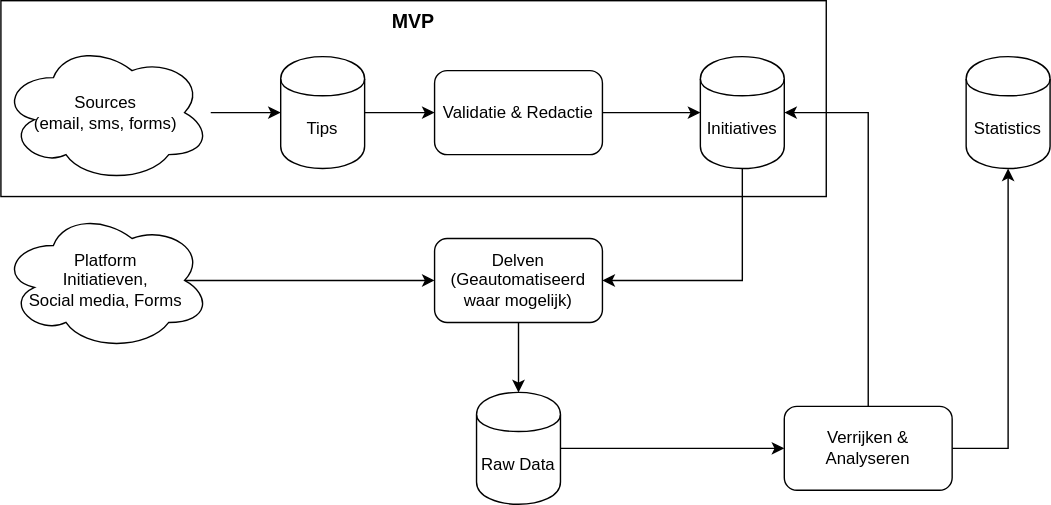
Before: docs/datasource_process_flow.svg, a diagram exported from draw.io (codefornl/helpradar). Source tidied: cells renumbered, new cells last; positions are measured from the earlier drawing's top-left corner, leaving out a move shared by most shapes.
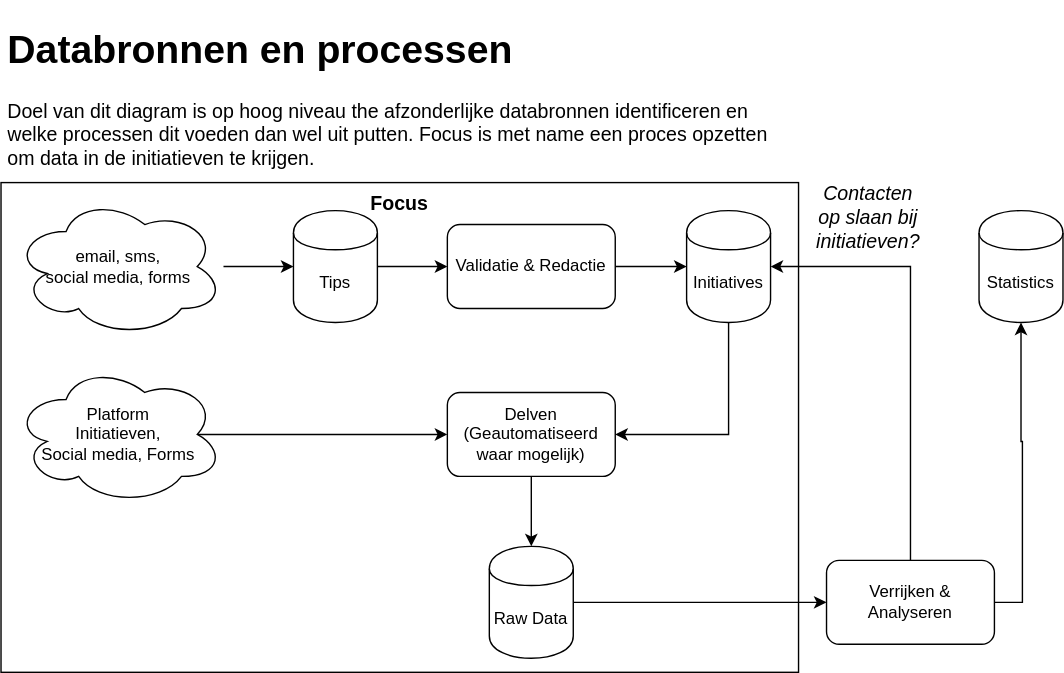
The same file after the commit.

Commit message:
nieuwe export met text en originele diagram.

Change to the diagram source:
```diff
@@ -2,9 +2,9 @@
   <root>
     <mxCell id="0" />
     <mxCell id="1" parent="0" />
-    <mxCell id="2" value="MVP" style="rounded=0;whiteSpace=wrap;html=1;verticalAlign=top;fontStyle=1;fontSize=14;" parent="1" vertex="1">
-      <mxGeometry width="590" height="140" as="geometry" />
-    </mxCell>
+    <mxCell id="21" value="Focus" style="rounded=0;whiteSpace=wrap;html=1;fontSize=14;verticalAlign=top;fontStyle=1;" parent="1" vertex="1">
+      <mxGeometry x="-9" y="20" width="570" height="350" as="geometry" />
+    </mxCell>
     <mxCell id="3" style="edgeStyle=orthogonalEdgeStyle;rounded=0;jettySize=auto;html=1;" parent="1" edge="1" source="4" target="12">
       <mxGeometry relative="1" as="geometry" />
     </mxCell>
@@ -15,7 +15,7 @@
       <mxGeometry relative="1" as="geometry" />
     </mxCell>
     <mxCell id="6" value="Initiatives" style="shape=cylinder;whiteSpace=wrap;html=1;boundedLbl=1;backgroundOutline=1;" parent="1" vertex="1">
-      <mxGeometry x="500" y="40" width="60" height="80" as="geometry" />
+      <mxGeometry x="481" y="40" width="60" height="80" as="geometry" />
     </mxCell>
     <mxCell id="7" style="edgeStyle=orthogonalEdgeStyle;rounded=0;jettySize=auto;html=1;entryX=0;entryY=0.5;entryDx=0;entryDy=0;" parent="1" edge="1" source="8" target="19">
       <mxGeometry relative="1" as="geometry" />
@@ -26,7 +26,7 @@
     <mxCell id="9" style="edgeStyle=orthogonalEdgeStyle;rounded=0;jettySize=auto;html=1;" parent="1" edge="1" source="10" target="4">
       <mxGeometry relative="1" as="geometry" />
     </mxCell>
-    <mxCell id="10" value="Sources&lt;br&gt;(email, sms, forms)" style="ellipse;shape=cloud;whiteSpace=wrap;html=1;" parent="1" vertex="1">
+    <mxCell id="10" value="email, sms, &lt;br&gt;social media, forms" style="ellipse;shape=cloud;whiteSpace=wrap;html=1;" parent="1" vertex="1">
       <mxGeometry y="30" width="150" height="100" as="geometry" />
     </mxCell>
     <mxCell id="11" style="edgeStyle=orthogonalEdgeStyle;rounded=0;jettySize=auto;html=1;" parent="1" edge="1" source="12" target="6">
@@ -47,17 +47,23 @@
     <mxCell id="16" value="Platform&lt;br&gt;Initiatieven,&lt;br&gt;Social media, Forms" style="ellipse;shape=cloud;whiteSpace=wrap;html=1;" parent="1" vertex="1">
       <mxGeometry y="150" width="150" height="100" as="geometry" />
     </mxCell>
-    <mxCell id="17" style="edgeStyle=orthogonalEdgeStyle;rounded=0;jettySize=auto;html=1;entryX=1;entryY=0.5;entryDx=0;entryDy=0;" parent="1" edge="1" source="19" target="6">
+    <mxCell id="17" style="edgeStyle=orthogonalEdgeStyle;rounded=0;jettySize=auto;html=1;entryX=1;entryY=0.5;entryDx=0;entryDy=0;exitX=0.5;exitY=0;exitDx=0;exitDy=0;" parent="1" edge="1" source="19" target="6">
       <mxGeometry relative="1" as="geometry" />
     </mxCell>
-    <mxCell id="18" style="edgeStyle=orthogonalEdgeStyle;rounded=0;jettySize=auto;html=1;entryX=0.5;entryY=1;entryDx=0;entryDy=0;" parent="1" edge="1" source="19" target="20">
+    <mxCell id="18" style="edgeStyle=orthogonalEdgeStyle;rounded=0;jettySize=auto;html=1;entryX=0.5;entryY=1;entryDx=0;entryDy=0;exitX=1;exitY=0.5;exitDx=0;exitDy=0;" parent="1" edge="1" source="19" target="20">
       <mxGeometry relative="1" as="geometry" />
     </mxCell>
     <mxCell id="19" value="Verrijken &amp;amp; Analyseren" style="rounded=1;whiteSpace=wrap;html=1;" parent="1" vertex="1">
-      <mxGeometry x="560" y="290" width="120" height="60" as="geometry" />
+      <mxGeometry x="581" y="290" width="120" height="60" as="geometry" />
     </mxCell>
     <mxCell id="20" value="Statistics" style="shape=cylinder;whiteSpace=wrap;html=1;boundedLbl=1;backgroundOutline=1;" parent="1" vertex="1">
       <mxGeometry x="690" y="40" width="60" height="80" as="geometry" />
     </mxCell>
+    <mxCell id="22" value="&lt;h1&gt;Databronnen en processen&lt;/h1&gt;&lt;p&gt;Doel van dit diagram is op hoog niveau the afzonderlijke databronnen identificeren en welke processen dit voeden dan wel uit putten. Focus is met name een proces opzetten om data in de initiatieven te krijgen.&lt;/p&gt;" style="text;html=1;strokeColor=none;fillColor=none;spacing=5;spacingTop=-20;whiteSpace=wrap;overflow=hidden;rounded=0;fontSize=14;" parent="1" vertex="1">
+      <mxGeometry x="-9" y="-100" width="560" height="120" as="geometry" />
+    </mxCell>
+    <mxCell id="23" value="Contacten op slaan bij initiatieven?" style="text;html=1;strokeColor=none;fillColor=none;align=center;verticalAlign=middle;whiteSpace=wrap;rounded=0;fontSize=14;fontStyle=2;" parent="1" vertex="1">
+      <mxGeometry x="591" y="40" width="40" height="10" as="geometry" />
+    </mxCell>
   </root>
 </mxGraphModel>
```
